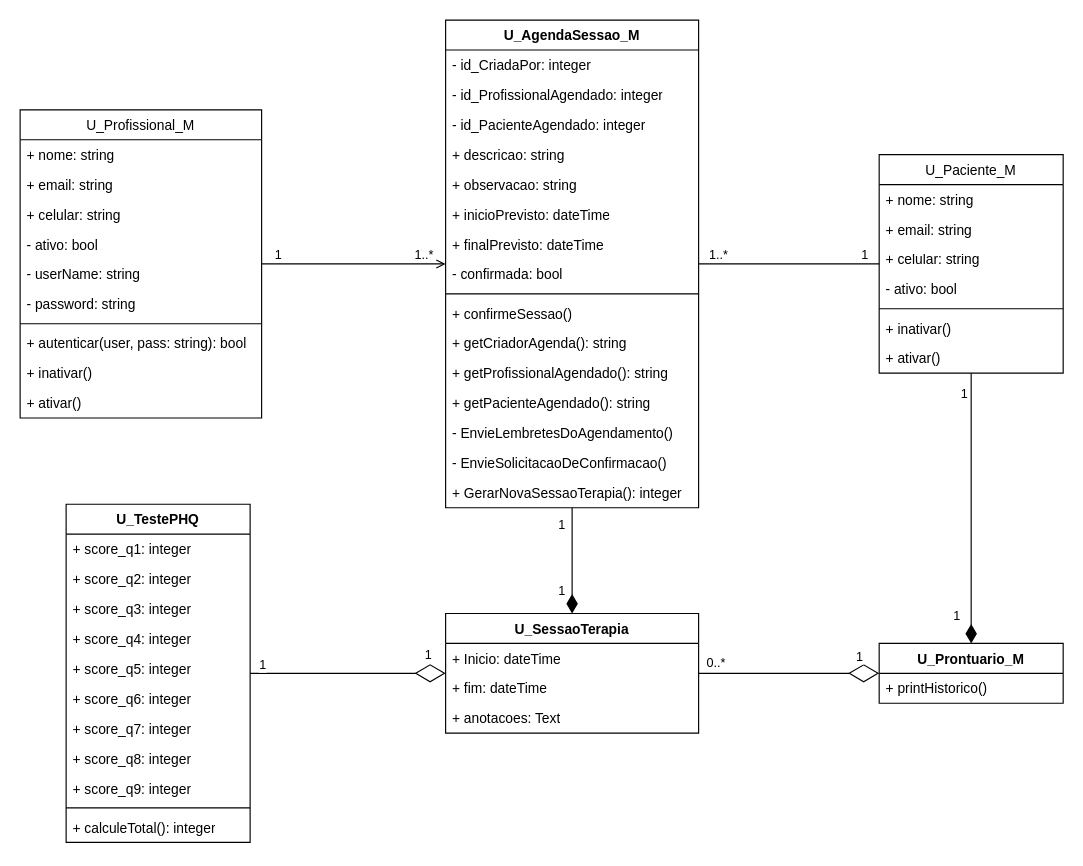
Earlier version of the draw.io diagram SGCP Diagrama de classes.drawio (samaronesalles/SGCP). Source tidied: cells renumbered, new cells numbered last; positions are measured from the earlier drawing's top-left corner, leaving out a move shared by most shapes. Both pictures are drawn from the tidied source at 115%, with x=0, y=0 at pixel (20, 20).
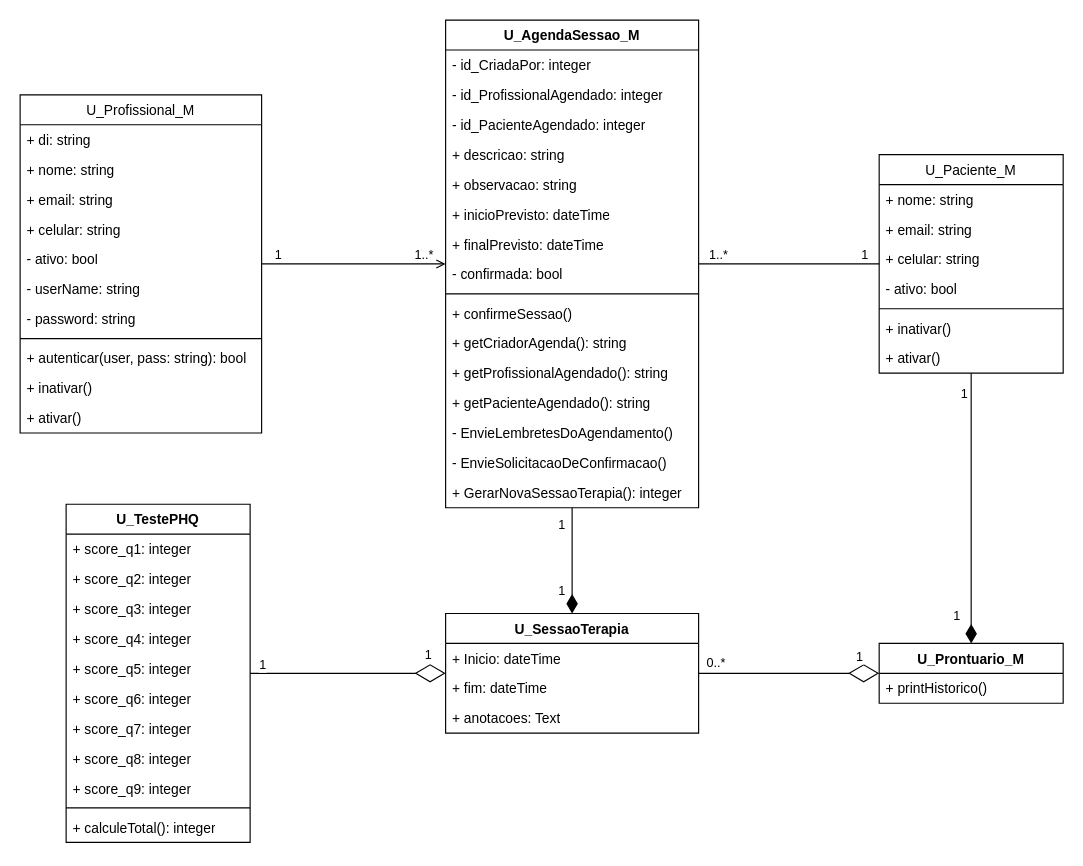
The same page after the edit.

What changed in the source:
```diff
@@
     <mxCell id="2" value="&lt;span style=&quot;font-weight: 400;&quot;&gt;U_Profissional_M&lt;/span&gt;" style="swimlane;fontStyle=1;align=center;verticalAlign=top;horizontal=1;startSize=26;whiteSpace=wrap;html=1;" parent="1" vertex="1">
-      <mxGeometry y="78" width="210" height="268" as="geometry" />
+      <mxGeometry y="65" width="210" height="294" as="geometry" />
     </mxCell>
-    <mxCell id="3" value="+ nome: string" style="text;strokeColor=none;fillColor=none;align=left;verticalAlign=top;spacingLeft=4;spacingRight=4;overflow=hidden;whiteSpace=wrap;html=1;" parent="2" vertex="1">
+    <mxCell id="3" value="+ di: string" style="text;strokeColor=none;fillColor=none;align=left;verticalAlign=top;spacingLeft=4;spacingRight=4;overflow=hidden;whiteSpace=wrap;html=1;" parent="2" vertex="1">
       <mxGeometry y="26" width="210" height="26" as="geometry" />
     </mxCell>
+    <mxCell id="73" value="+ nome: string" style="text;strokeColor=none;fillColor=none;align=left;verticalAlign=top;spacingLeft=4;spacingRight=4;overflow=hidden;whiteSpace=wrap;html=1;" parent="2" vertex="1">
+      <mxGeometry y="52" width="210" height="26" as="geometry" />
+    </mxCell>
     <mxCell id="4" value="+ email: string" style="text;strokeColor=none;fillColor=none;align=left;verticalAlign=top;spacingLeft=4;spacingRight=4;overflow=hidden;whiteSpace=wrap;html=1;" parent="2" vertex="1">
-      <mxGeometry y="52" width="210" height="26" as="geometry" />
+      <mxGeometry y="78" width="210" height="26" as="geometry" />
     </mxCell>
     <mxCell id="5" value="+ celular: string" style="text;strokeColor=none;fillColor=none;align=left;verticalAlign=top;spacingLeft=4;spacingRight=4;overflow=hidden;whiteSpace=wrap;html=1;" parent="2" vertex="1">
-      <mxGeometry y="78" width="210" height="26" as="geometry" />
+      <mxGeometry y="104" width="210" height="26" as="geometry" />
     </mxCell>
     <mxCell id="6" value="- ativo: bool" style="text;strokeColor=none;fillColor=none;align=left;verticalAlign=top;spacingLeft=4;spacingRight=4;overflow=hidden;whiteSpace=wrap;html=1;" parent="2" vertex="1">
-      <mxGeometry y="104" width="210" height="26" as="geometry" />
+      <mxGeometry y="130" width="210" height="26" as="geometry" />
     </mxCell>
     <mxCell id="7" value="- userName: string&lt;div&gt;&lt;br&gt;&lt;/div&gt;" style="text;strokeColor=none;fillColor=none;align=left;verticalAlign=top;spacingLeft=4;spacingRight=4;overflow=hidden;whiteSpace=wrap;html=1;" parent="2" vertex="1">
-      <mxGeometry y="130" width="210" height="26" as="geometry" />
+      <mxGeometry y="156" width="210" height="26" as="geometry" />
     </mxCell>
     <mxCell id="8" value="- password: string&lt;div&gt;&lt;br&gt;&lt;/div&gt;" style="text;strokeColor=none;fillColor=none;align=left;verticalAlign=top;spacingLeft=4;spacingRight=4;overflow=hidden;whiteSpace=wrap;html=1;" parent="2" vertex="1">
-      <mxGeometry y="156" width="210" height="26" as="geometry" />
+      <mxGeometry y="182" width="210" height="26" as="geometry" />
     </mxCell>
     <mxCell id="9" style="line;strokeWidth=1;fillColor=none;align=left;verticalAlign=middle;spacingTop=-1;spacingLeft=3;spacingRight=3;labelPosition=right;strokeColor=inherit;" parent="2" vertex="1">
-      <mxGeometry y="182" width="210" height="8" as="geometry" />
+      <mxGeometry y="208" width="210" height="8" as="geometry" />
     </mxCell>
     <mxCell id="10" value="+ autenticar(user, pass: string): bool" style="text;strokeColor=none;fillColor=none;align=left;verticalAlign=top;spacingLeft=4;spacingRight=4;overflow=hidden;whiteSpace=wrap;html=1;" parent="2" vertex="1">
-      <mxGeometry y="190" width="210" height="26" as="geometry" />
+      <mxGeometry y="216" width="210" height="26" as="geometry" />
     </mxCell>
     <mxCell id="11" value="+ inativar()" style="text;strokeColor=none;fillColor=none;align=left;verticalAlign=top;spacingLeft=4;spacingRight=4;overflow=hidden;whiteSpace=wrap;html=1;" parent="2" vertex="1">
-      <mxGeometry y="216" width="210" height="26" as="geometry" />
+      <mxGeometry y="242" width="210" height="26" as="geometry" />
     </mxCell>
     <mxCell id="12" value="+ ativar()" style="text;strokeColor=none;fillColor=none;align=left;verticalAlign=top;spacingLeft=4;spacingRight=4;overflow=hidden;whiteSpace=wrap;html=1;" parent="2" vertex="1">
-      <mxGeometry y="242" width="210" height="26" as="geometry" />
+      <mxGeometry y="268" width="210" height="26" as="geometry" />
     </mxCell>
```
